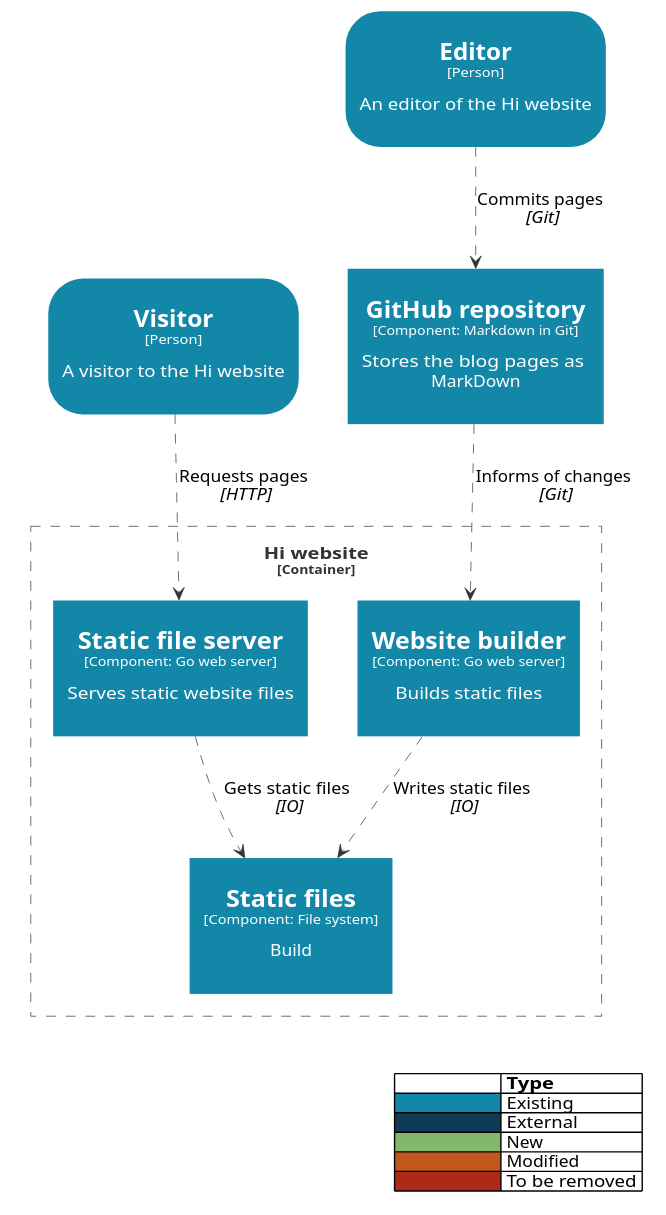
This is docs/hi-component.svg from robbell/hi, a PlantUML export, as it was before one commit. The source it was exported from:
```plantuml
@startuml Component diagram for Hi

hide stereotype
skinparam shadowing false
skinparam defaultTextAlignment center
skinparam wrapWidth 200
skinparam DefaultFontName Segoe UI
skinparam DefaultFontSize 12
skinparam ArrowColor #333333
skinparam ArrowThickness 0.5
skinparam ArrowFontSize 11
skinparam maxMessageSize 150

skinparam rectangle<<person>> {
    roundCorner 50
}

skinparam rectangle {
    BorderThickness 0
    FontColor #FFFFFF
    BackgroundColor #1287A8
    BackgroundColor<<new>> #83B86C
    BackgroundColor<<modified>> #C2571A
    BackgroundColor<<removed>> #AD2A1A
    BackgroundColor<<external>> #0D3D56
}

skinparam database {
    BorderColor #0d6882
    FontColor #FFFFFF
    BackgroundColor #1287A8
    BackgroundColor<<new>> #83B86C
    BackgroundColor<<modified>> #C2571A
    BackgroundColor<<removed>> #AD2A1A
    BackgroundColor<<external>> #0D3D56
}

skinparam rectangle<<boundary>> {
    BorderStyle dashed
    BorderThickness 0.5
    BorderColor #333333
    FontColor #333333
    BackgroundColor transparent
}

skinparam Legend {
    BackgroundColor White
    BorderThickness 0
}

legend right
|=                   |= Type         |
|<#1287A8>         | Existing      |
|<#0D3D56>| External      |
|<#83B86C>     | New           |
|<#C2571A>| Modified      |
|<#AD2A1A> | To be removed |
endlegend













rectangle "<size:5> </size>\n<size:16><b>Visitor</b></size>\n<size:9>[Person]</size>\n<size:5> </size>\nA visitor to the Hi website\n" <<person>> as visitor
rectangle "<size:5> </size>\n<size:16><b>Editor</b></size>\n<size:9>[Person]</size>\n<size:5> </size>\nAn editor of the Hi website\n" <<person>> as editor

rectangle "<size:5> </size>\n<size:12>Hi website</size>\n<size:9>[Container]</size>" <<boundary>>{
rectangle "<size:5> </size>\n<size:16><b>Static file server</b></size>\n<size:9>[Component: Go web server]</size>\n<size:5> </size>\nServes static website files\n" as staticFileServer
rectangle "<size:5> </size>\n<size:16><b>Static files</b></size>\n<size:9>[Component: File system]</size>\n<size:5> </size>\nBuild\n" as staticFiles
rectangle "<size:5> </size>\n<size:16><b>Website builder</b></size>\n<size:9>[Component: Go web server]</size>\n<size:5> </size>\nBuilds static files\n" as websiteBuilder
}

rectangle "<size:5> </size>\n<size:16><b>GitHub repository</b></size>\n<size:9>[Component: Markdown in Git]</size>\n<size:5> </size>\nStores the blog pages as MarkDown\n" as gitHub

visitor ..> staticFileServer : Requests pages \n<i>[HTTP]</i>
editor ..> gitHub : Commits pages \n<i>[Git]</i>
gitHub ..> websiteBuilder : Informs of changes \n<i>[Git]</i>
staticFileServer ..> staticFiles : Gets static files \n<i>[IO]</i>
websiteBuilder ..> staticFiles : Writes static files \n<i>[IO]</i>

@enduml
```
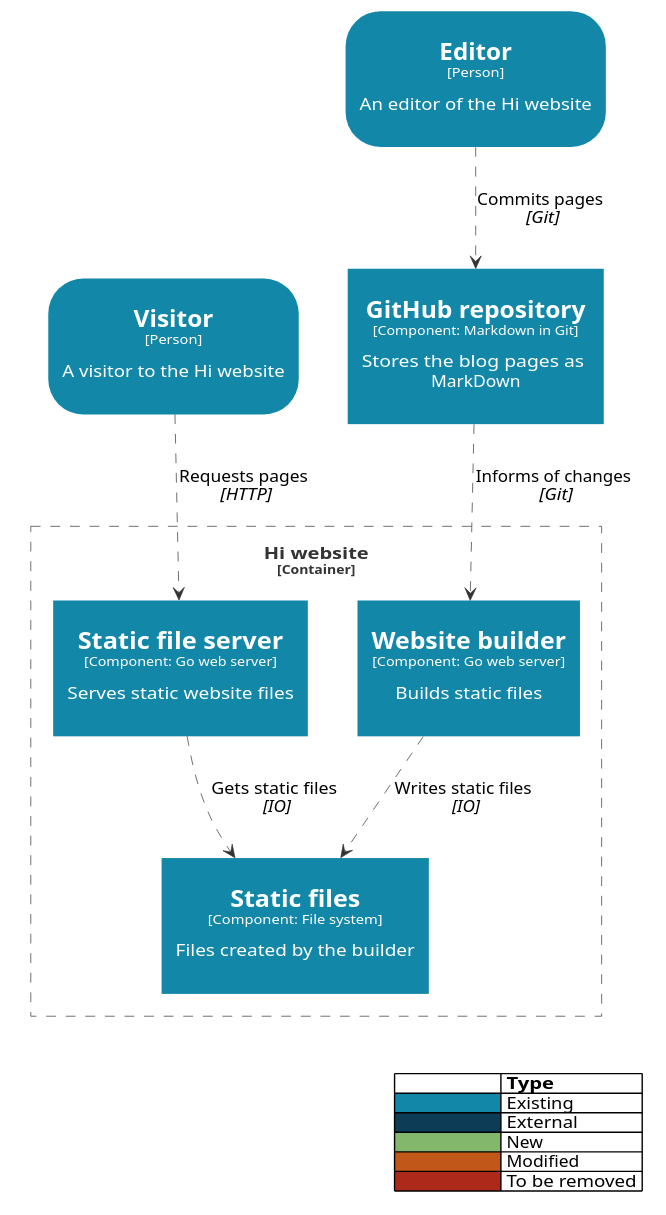
After the commit.

Commit message:
Add sequence and update component diagram

Diff of the diagram source:
```diff
@@ -74,7 +74,7 @@
 
 rectangle "<size:5> </size>\n<size:12>Hi website</size>\n<size:9>[Container]</size>" <<boundary>>{
 rectangle "<size:5> </size>\n<size:16><b>Static file server</b></size>\n<size:9>[Component: Go web server]</size>\n<size:5> </size>\nServes static website files\n" as staticFileServer
-rectangle "<size:5> </size>\n<size:16><b>Static files</b></size>\n<size:9>[Component: File system]</size>\n<size:5> </size>\nBuild\n" as staticFiles
+rectangle "<size:5> </size>\n<size:16><b>Static files</b></size>\n<size:9>[Component: File system]</size>\n<size:5> </size>\nFiles created by the builder\n" as staticFiles
 rectangle "<size:5> </size>\n<size:16><b>Website builder</b></size>\n<size:9>[Component: Go web server]</size>\n<size:5> </size>\nBuilds static files\n" as websiteBuilder
 }
 
```
